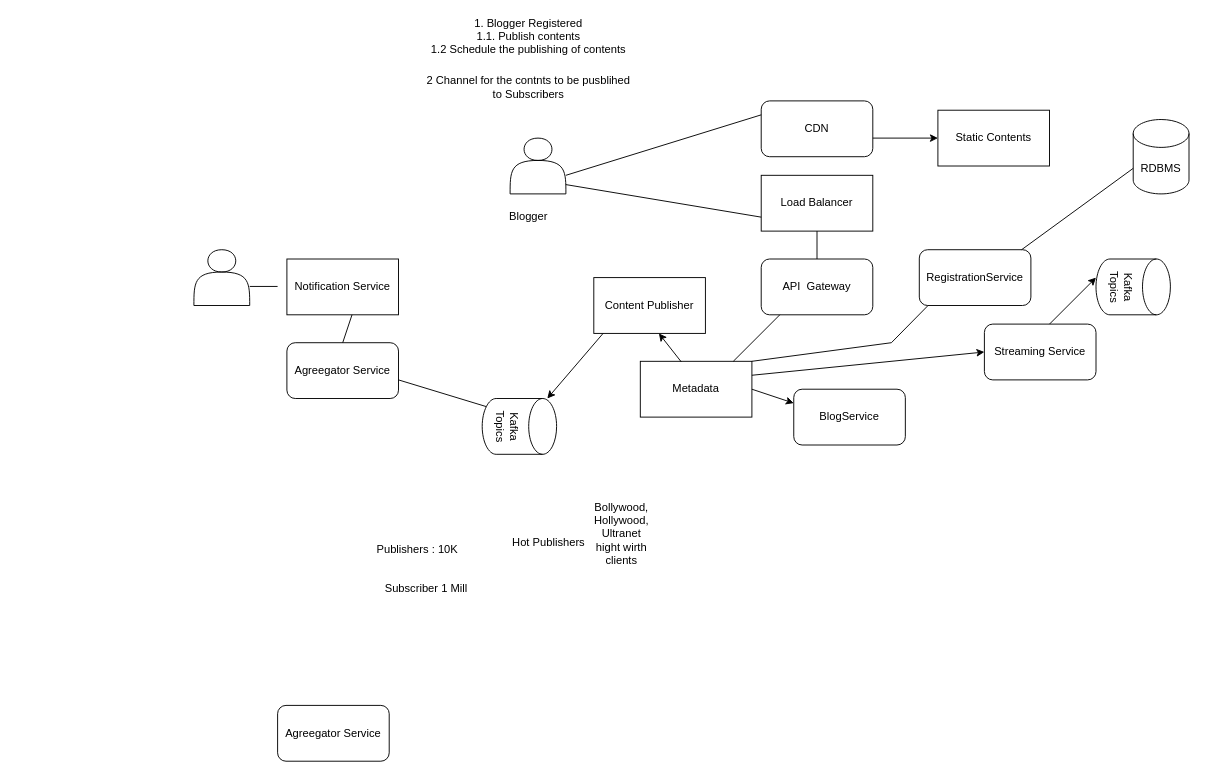
Earlier version of the draw.io diagram Untitled Diagram.drawio (PramodNegi/problem-solving-techniques). Source tidied: cells renumbered, new cells numbered last; positions are measured from the earlier drawing's top-left corner, leaving out a move shared by most shapes. Both pictures are drawn from the tidied source at 93%, with x=0, y=0 at pixel (193, 35).
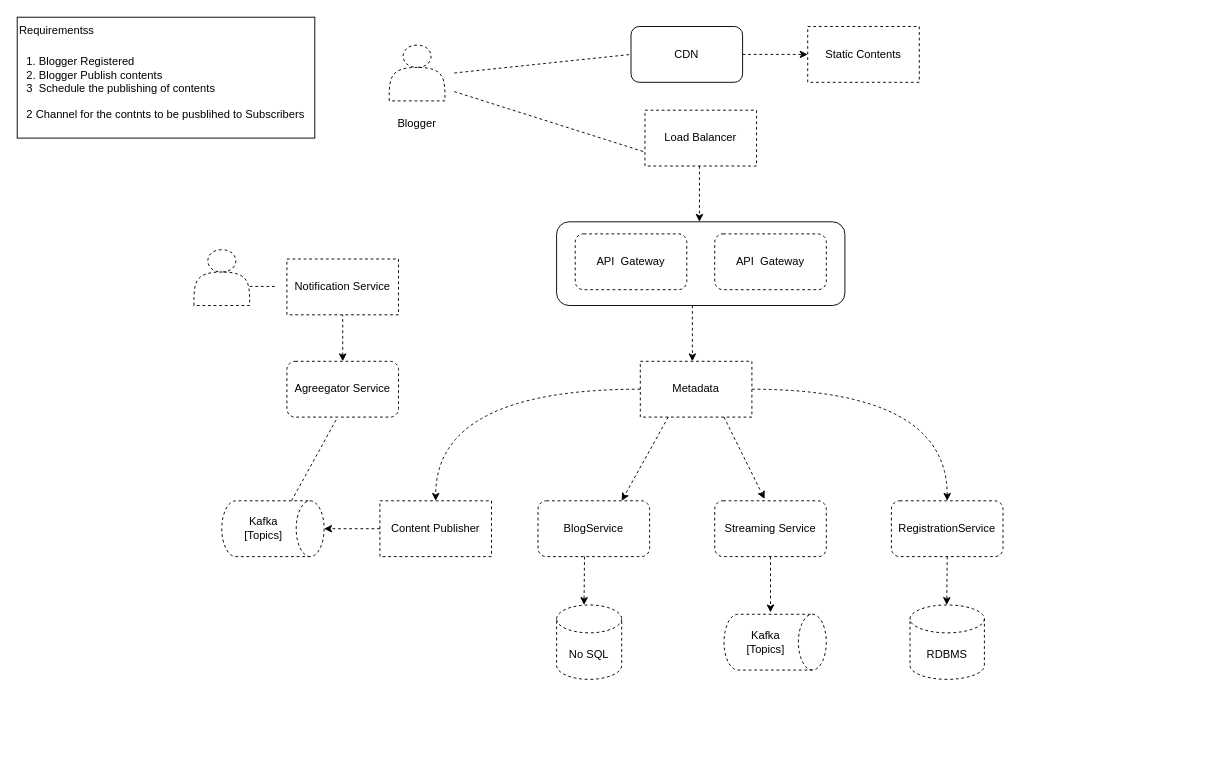
Above is the later version.

The edit, as a diff of the source:
```diff
@@
-    <mxCell id="2" value="1. Blogger Registered&lt;br&gt;1.1. Publish contents&lt;br&gt;1.2 Schedule the publishing of contents&lt;br&gt;&amp;nbsp;&lt;div&gt;&lt;br/&gt;&lt;/div&gt;" style="text;html=1;align=center;verticalAlign=middle;whiteSpace=wrap;rounded=0;" parent="1" vertex="1">
-      <mxGeometry x="220" width="280" height="30" as="geometry" />
-    </mxCell>
-    <mxCell id="3" value="2 Channel for the contnts to be pusblihed to Subscribers" style="text;html=1;align=center;verticalAlign=middle;whiteSpace=wrap;rounded=0;" parent="1" vertex="1">
-      <mxGeometry x="245" y="40" width="230" height="30" as="geometry" />
-    </mxCell>
-    <mxCell id="4" value="Load Balancer" style="rounded=0;whiteSpace=wrap;html=1;" parent="1" vertex="1">
-      <mxGeometry x="610" y="150" width="120" height="60" as="geometry" />
+    <mxCell id="4" value="Load Balancer" style="rounded=0;whiteSpace=wrap;html=1;dashed=1;comic=0;enumerate=0;shadow=0;" parent="1" vertex="1">
+      <mxGeometry x="485" y="80" width="120" height="60" as="geometry" />
     </mxCell>
     <mxCell id="5" value="CDN" style="rounded=1;whiteSpace=wrap;html=1;" parent="1" vertex="1">
-      <mxGeometry x="610" y="70" width="120" height="60" as="geometry" />
+      <mxGeometry x="470" y="-10" width="120" height="60" as="geometry" />
     </mxCell>
-    <mxCell id="6" style="shape=actor;whiteSpace=wrap;html=1;" parent="1" vertex="1">
-      <mxGeometry x="340" y="110" width="60" height="60" as="geometry" />
+    <mxCell id="6" style="shape=actor;whiteSpace=wrap;html=1;dashed=1;comic=0;enumerate=0;shadow=0;" parent="1" vertex="1">
+      <mxGeometry x="210" y="10" width="60" height="60" as="geometry" />
     </mxCell>
-    <mxCell id="7" value="Blogger" style="text;html=1;align=center;verticalAlign=middle;whiteSpace=wrap;rounded=0;" parent="1" vertex="1">
-      <mxGeometry x="330" y="180" width="60" height="30" as="geometry" />
+    <mxCell id="7" value="Blogger" style="text;html=1;align=center;verticalAlign=middle;whiteSpace=wrap;rounded=0;dashed=1;comic=0;enumerate=0;shadow=0;" parent="1" vertex="1">
+      <mxGeometry x="210" y="80" width="60" height="30" as="geometry" />
     </mxCell>
-    <mxCell id="8" style="endArrow=none;html=1;rounded=0;entryX=0;entryY=0.25;entryDx=0;entryDy=0;" parent="1" edge="1" target="5">
+    <mxCell id="8" style="endArrow=none;html=1;rounded=0;dashed=1;comic=0;enumerate=0;shadow=0;entryX=0;entryY=0.5;entryDx=0;entryDy=0;" parent="1" edge="1" target="5">
       <mxGeometry relative="1" as="geometry">
-        <mxPoint x="400" y="150" as="sourcePoint" />
+        <mxPoint x="280" y="40" as="sourcePoint" />
       </mxGeometry>
     </mxCell>
-    <mxCell id="9" style="endArrow=classic;html=1;rounded=0;" parent="1" edge="1">
+    <mxCell id="9" style="endArrow=classic;html=1;rounded=0;dashed=1;comic=0;enumerate=0;shadow=0;" parent="1" edge="1">
       <mxGeometry relative="1" as="geometry">
-        <mxPoint x="730" y="110" as="sourcePoint" />
-        <mxPoint x="800" y="110" as="targetPoint" />
+        <mxPoint x="590" y="20" as="sourcePoint" />
+        <mxPoint x="660" y="20" as="targetPoint" />
       </mxGeometry>
     </mxCell>
-    <mxCell id="10" value="Static Contents" style="rounded=0;whiteSpace=wrap;html=1;" parent="1" vertex="1">
-      <mxGeometry x="800" y="80" width="120" height="60" as="geometry" />
+    <mxCell id="10" value="Static Contents" style="rounded=0;whiteSpace=wrap;html=1;dashed=1;comic=0;enumerate=0;shadow=0;" parent="1" vertex="1">
+      <mxGeometry x="660" y="-10" width="120" height="60" as="geometry" />
     </mxCell>
-    <mxCell id="11" style="endArrow=none;html=1;rounded=0;entryX=0;entryY=0.75;entryDx=0;entryDy=0;" parent="1" edge="1" target="4">
+    <mxCell id="11" style="endArrow=none;html=1;rounded=0;entryX=0;entryY=0.75;entryDx=0;entryDy=0;dashed=1;comic=0;enumerate=0;shadow=0;" parent="1" edge="1" target="4">
       <mxGeometry relative="1" as="geometry">
-        <mxPoint x="400" y="160" as="sourcePoint" />
+        <mxPoint x="280" y="60" as="sourcePoint" />
       </mxGeometry>
     </mxCell>
-    <mxCell id="12" value="API&amp;nbsp; Gateway" style="rounded=1;whiteSpace=wrap;html=1;" parent="1" vertex="1">
-      <mxGeometry x="610" y="240" width="120" height="60" as="geometry" />
-    </mxCell>
-    <mxCell id="13" style="endArrow=none;html=1;rounded=0;exitX=0.5;exitY=0;exitDx=0;exitDy=0;" parent="1" edge="1" source="12">
-      <mxGeometry relative="1" as="geometry">
-        <mxPoint x="670" y="210" as="targetPoint" />
-      </mxGeometry>
-    </mxCell>
-    <mxCell id="14" value="Metadata" style="rounded=0;whiteSpace=wrap;html=1;" parent="1" vertex="1">
+    <mxCell id="14" value="Metadata" style="rounded=0;whiteSpace=wrap;html=1;dashed=1;comic=0;enumerate=0;shadow=0;" parent="1" vertex="1">
       <mxGeometry x="480" y="350" width="120" height="60" as="geometry" />
     </mxCell>
-    <mxCell id="15" style="endArrow=none;html=1;rounded=0;" parent="1" edge="1">
-      <mxGeometry relative="1" as="geometry">
-        <mxPoint x="580" y="350" as="sourcePoint" />
-        <mxPoint x="630" y="300" as="targetPoint" />
-      </mxGeometry>
-    </mxCell>
-    <mxCell id="16" value="Notification Service" style="rounded=0;whiteSpace=wrap;html=1;" parent="1" vertex="1">
+    <mxCell id="16" value="Notification Service" style="rounded=0;whiteSpace=wrap;html=1;dashed=1;comic=0;enumerate=0;shadow=0;" parent="1" vertex="1">
       <mxGeometry x="100" y="240" width="120" height="60" as="geometry" />
     </mxCell>
-    <mxCell id="17" style="shape=actor;whiteSpace=wrap;html=1;" parent="1" vertex="1">
+    <mxCell id="17" style="shape=actor;whiteSpace=wrap;html=1;dashed=1;comic=0;enumerate=0;shadow=0;" parent="1" vertex="1">
       <mxGeometry y="230" width="60" height="60" as="geometry" />
     </mxCell>
-    <mxCell id="18" style="endArrow=none;html=1;rounded=0;" parent="1" edge="1">
+    <mxCell id="18" style="endArrow=none;html=1;rounded=0;dashed=1;comic=0;enumerate=0;shadow=0;" parent="1" edge="1">
       <mxGeometry relative="1" as="geometry">
         <mxPoint x="60" y="269.5" as="sourcePoint" />
         <mxPoint x="90" y="269.5" as="targetPoint" />
       </mxGeometry>
     </mxCell>
-    <mxCell id="19" value="Kafka Topics" style="shape=cylinder3;whiteSpace=wrap;html=1;boundedLbl=1;backgroundOutline=1;size=15;rotation=90;" parent="1" vertex="1">
-      <mxGeometry x="320" y="380" width="60" height="80" as="geometry" />
-    </mxCell>
-    <mxCell id="20" value="Content Publisher" style="rounded=0;whiteSpace=wrap;html=1;" parent="1" vertex="1">
-      <mxGeometry x="430" y="260" width="120" height="60" as="geometry" />
+    <mxCell id="20" value="Content Publisher" style="rounded=0;whiteSpace=wrap;html=1;dashed=1;comic=0;enumerate=0;shadow=0;" parent="1" vertex="1">
+      <mxGeometry x="200" y="500" width="120" height="60" as="geometry" />
     </mxCell>
-    <mxCell id="21" style="endArrow=classic;html=1;rounded=0;" parent="1" edge="1">
-      <mxGeometry relative="1" as="geometry">
-        <mxPoint x="440" y="320" as="sourcePoint" />
-        <mxPoint x="380" y="390" as="targetPoint" />
-      </mxGeometry>
+    <mxCell id="21" style="endArrow=classic;html=1;rounded=0;dashed=1;comic=0;enumerate=0;shadow=0;entryX=0.5;entryY=0;entryDx=0;entryDy=0;entryPerimeter=0;exitX=0;exitY=0.5;exitDx=0;exitDy=0;" parent="1" edge="1" source="20" target="19">
+      <mxGeometry relative="1" as="geometry" />
     </mxCell>
-    <mxCell id="22" style="endArrow=classic;html=1;rounded=0;exitX=0.367;exitY=0.01;exitDx=0;exitDy=0;exitPerimeter=0;" parent="1" edge="1" source="14">
-      <mxGeometry relative="1" as="geometry">
-        <mxPoint x="500" y="320" as="targetPoint" />
-      </mxGeometry>
-    </mxCell>
-    <mxCell id="23" value="BlogService" style="rounded=1;whiteSpace=wrap;html=1;" parent="1" vertex="1">
-      <mxGeometry x="645" y="380" width="120" height="60" as="geometry" />
+    <mxCell id="23" value="BlogService" style="rounded=1;whiteSpace=wrap;html=1;dashed=1;comic=0;enumerate=0;shadow=0;" parent="1" vertex="1">
+      <mxGeometry x="370" y="500" width="120" height="60" as="geometry" />
     </mxCell>
-    <mxCell id="24" style="endArrow=classic;html=1;rounded=0;entryX=0;entryY=0.25;entryDx=0;entryDy=0;" parent="1" edge="1" target="23">
-      <mxGeometry relative="1" as="geometry">
-        <mxPoint x="600" y="380" as="sourcePoint" />
-      </mxGeometry>
+    <mxCell id="24" style="endArrow=classic;html=1;rounded=0;dashed=1;comic=0;enumerate=0;shadow=0;exitX=0.25;exitY=1;exitDx=0;exitDy=0;entryX=0.75;entryY=0;entryDx=0;entryDy=0;" parent="1" edge="1" source="14" target="23">
+      <mxGeometry relative="1" as="geometry" />
     </mxCell>
-    <mxCell id="25" value="Streaming Service" style="rounded=1;whiteSpace=wrap;html=1;" parent="1" vertex="1">
-      <mxGeometry x="850" y="310" width="120" height="60" as="geometry" />
+    <mxCell id="25" value="Streaming Service" style="rounded=1;whiteSpace=wrap;html=1;dashed=1;comic=0;enumerate=0;shadow=0;" parent="1" vertex="1">
+      <mxGeometry x="560" y="500" width="120" height="60" as="geometry" />
     </mxCell>
-    <mxCell id="26" value="Kafka Topics" style="shape=cylinder3;whiteSpace=wrap;html=1;boundedLbl=1;backgroundOutline=1;size=15;rotation=90;" parent="1" vertex="1">
-      <mxGeometry x="980" y="230" width="60" height="80" as="geometry" />
-    </mxCell>
-    <mxCell id="27" style="endArrow=classic;html=1;rounded=0;" parent="1" edge="1">
+    <mxCell id="27" style="endArrow=classic;html=1;rounded=0;dashed=1;comic=0;enumerate=0;shadow=0;exitX=0.5;exitY=1;exitDx=0;exitDy=0;" parent="1" edge="1" source="25">
       <mxGeometry relative="1" as="geometry">
-        <mxPoint x="920" y="310" as="sourcePoint" />
-        <mxPoint x="970" y="260" as="targetPoint" />
+        <mxPoint x="620" y="620" as="targetPoint" />
       </mxGeometry>
     </mxCell>
-    <mxCell id="28" style="endArrow=classic;html=1;rounded=0;exitX=1;exitY=0.25;exitDx=0;exitDy=0;entryX=0;entryY=0.5;entryDx=0;entryDy=0;" parent="1" edge="1" source="14" target="25">
+    <mxCell id="28" style="endArrow=classic;html=1;rounded=0;exitX=0.75;exitY=1;exitDx=0;exitDy=0;dashed=1;comic=0;enumerate=0;shadow=0;entryX=0.447;entryY=-0.033;entryDx=0;entryDy=0;entryPerimeter=0;" parent="1" edge="1" source="14" target="25">
       <mxGeometry relative="1" as="geometry" />
     </mxCell>
-    <mxCell id="29" value="RDBMS" style="shape=cylinder3;whiteSpace=wrap;html=1;boundedLbl=1;backgroundOutline=1;size=15;" parent="1" vertex="1">
-      <mxGeometry x="1010" y="90" width="60" height="80" as="geometry" />
+    <mxCell id="29" value="RDBMS" style="shape=cylinder3;whiteSpace=wrap;html=1;boundedLbl=1;backgroundOutline=1;size=15;dashed=1;comic=0;enumerate=0;shadow=0;" parent="1" vertex="1">
+      <mxGeometry x="770" y="612" width="80" height="80" as="geometry" />
     </mxCell>
-    <mxCell id="30" value="RegistrationService" style="rounded=1;whiteSpace=wrap;html=1;" parent="1" vertex="1">
-      <mxGeometry x="780" y="230" width="120" height="60" as="geometry" />
+    <mxCell id="30" value="RegistrationService" style="rounded=1;whiteSpace=wrap;html=1;dashed=1;comic=0;enumerate=0;shadow=0;" parent="1" vertex="1">
+      <mxGeometry x="750" y="500" width="120" height="60" as="geometry" />
     </mxCell>
-    <mxCell id="31" style="endArrow=none;html=1;rounded=0;exitX=1;exitY=0;exitDx=0;exitDy=0;entryX=0.08;entryY=0.997;entryDx=0;entryDy=0;entryPerimeter=0;" parent="1" edge="1" source="14" target="30">
+    <mxCell id="31" style="endArrow=classic;html=1;rounded=0;exitX=1;exitY=0;exitDx=0;exitDy=0;entryX=0.5;entryY=0;entryDx=0;entryDy=0;endFill=1;dashed=1;comic=0;enumerate=0;shadow=0;flowAnimation=0;snapToPoint=0;edgeStyle=orthogonalEdgeStyle;curved=1;" parent="1" edge="1" target="30">
       <mxGeometry relative="1" as="geometry">
-        <Array as="points">
-          <mxPoint x="750" y="330" />
-        </Array>
+        <mxPoint x="600" y="380" as="sourcePoint" />
       </mxGeometry>
     </mxCell>
-    <mxCell id="32" style="endArrow=none;html=1;rounded=0;entryX=0;entryY=0;entryDx=0;entryDy=52.5;entryPerimeter=0;" parent="1" edge="1" target="29">
-      <mxGeometry relative="1" as="geometry">
-        <mxPoint x="890" y="230" as="sourcePoint" />
-      </mxGeometry>
-    </mxCell>
-    <mxCell id="33" value="Publishers : 10K" style="text;html=1;align=center;verticalAlign=middle;strokeColor=none;fillColor=none;" parent="1" vertex="1">
-      <mxGeometry x="185" y="538" width="110" height="30" as="geometry" />
-    </mxCell>
-    <mxCell id="34" value="Subscriber 1 Mill" style="text;html=1;align=center;verticalAlign=middle;whiteSpace=wrap;rounded=0;" parent="1" vertex="1">
-      <mxGeometry x="190" y="580" width="120" height="30" as="geometry" />
-    </mxCell>
-    <mxCell id="35" value="&amp;nbsp;Hot Publishers" style="text;html=1;align=center;verticalAlign=middle;whiteSpace=wrap;rounded=0;" parent="1" vertex="1">
-      <mxGeometry x="320" y="530" width="120" height="30" as="geometry" />
-    </mxCell>
-    <mxCell id="36" value="Bollywood, Hollywood, Ultranet hight wirth clients" style="text;html=1;align=center;verticalAlign=middle;whiteSpace=wrap;rounded=0;" parent="1" vertex="1">
-      <mxGeometry x="430" y="520" width="60" height="30" as="geometry" />
-    </mxCell>
-    <mxCell id="37" value="Agreegator Service" style="rounded=1;whiteSpace=wrap;html=1;" parent="1" vertex="1">
-      <mxGeometry x="100" y="330" width="120" height="60" as="geometry" />
+    <mxCell id="37" value="Agreegator Service" style="rounded=1;whiteSpace=wrap;html=1;dashed=1;comic=0;enumerate=0;shadow=0;" parent="1" vertex="1">
+      <mxGeometry x="100" y="350" width="120" height="60" as="geometry" />
     </mxCell>
-    <mxCell id="38" style="endArrow=none;html=1;rounded=0;entryX=0.145;entryY=1;entryDx=0;entryDy=-4.35;entryPerimeter=0;" parent="1" edge="1" target="19">
-      <mxGeometry relative="1" as="geometry">
-        <mxPoint x="220" y="370" as="sourcePoint" />
-      </mxGeometry>
+    <mxCell id="38" style="endArrow=none;html=1;rounded=0;entryX=0;entryY=0;entryDx=0;entryDy=35;entryPerimeter=0;dashed=1;comic=0;enumerate=0;shadow=0;exitX=0.44;exitY=1.053;exitDx=0;exitDy=0;exitPerimeter=0;" parent="1" edge="1" source="37" target="19">
+      <mxGeometry relative="1" as="geometry" />
     </mxCell>
-    <mxCell id="39" style="endArrow=none;html=1;rounded=0;exitX=0.5;exitY=0;exitDx=0;exitDy=0;" parent="1" edge="1" source="37">
-      <mxGeometry relative="1" as="geometry">
-        <mxPoint x="170" y="300" as="targetPoint" />
-      </mxGeometry>
+    <mxCell id="39" style="endArrow=none;html=1;rounded=0;exitX=0.5;exitY=0;exitDx=0;exitDy=0;entryX=0.5;entryY=1;entryDx=0;entryDy=0;endFill=0;startArrow=classic;startFill=1;dashed=1;comic=0;enumerate=0;shadow=0;" parent="1" edge="1" source="37" target="16">
+      <mxGeometry relative="1" as="geometry" />
     </mxCell>
-    <mxCell id="40" value="Agreegator Service" style="rounded=1;whiteSpace=wrap;html=1;" parent="1" vertex="1">
-      <mxGeometry x="90" y="720" width="120" height="60" as="geometry" />
-    </mxCell>
+    <mxCell id="41" style="group;" parent="1" vertex="1">
+      <mxGeometry x="-190" y="-20" width="330" height="130" as="geometry" />
+    </mxCell>
+    <mxCell id="42" style="rounded=0;whiteSpace=wrap;html=1;" parent="41" vertex="1">
+      <mxGeometry width="320" height="130" as="geometry" />
+    </mxCell>
+    <mxCell id="2" value="&lt;br&gt;&lt;span style=&quot;background-color: initial;&quot;&gt;&amp;nbsp;1. Blogger Registered&lt;/span&gt;&lt;br&gt;&lt;span style=&quot;background-color: initial;&quot;&gt;&amp;nbsp;2. Blogger Publish contents&lt;/span&gt;&lt;br&gt;&lt;span style=&quot;background-color: initial;&quot;&gt;&amp;nbsp;3&amp;nbsp; Schedule the publishing of contents&lt;/span&gt;" style="text;html=1;align=left;verticalAlign=middle;whiteSpace=wrap;rounded=0;" parent="41" vertex="1">
+      <mxGeometry x="4.6" y="30" width="273.2" height="50" as="geometry" />
+    </mxCell>
+    <mxCell id="3" value="&amp;nbsp;2 Channel for the contnts to be pusblihed to Subscribers" style="text;html=1;align=left;verticalAlign=middle;whiteSpace=wrap;rounded=0;" parent="41" vertex="1">
+      <mxGeometry x="4.7" y="90" width="305.4" height="30" as="geometry" />
+    </mxCell>
+    <mxCell id="43" value="&amp;nbsp;Requirementss" style="text;html=1;align=center;verticalAlign=middle;whiteSpace=wrap;rounded=0;" parent="41" vertex="1">
+      <mxGeometry x="13" width="55.8" height="30" as="geometry" />
+    </mxCell>
+    <mxCell id="44" style="group;dashed=1;comic=0;enumerate=0;shadow=0;" parent="1" vertex="1">
+      <mxGeometry x="30" y="500" width="110" height="60" as="geometry" />
+    </mxCell>
+    <mxCell id="19" style="shape=cylinder3;whiteSpace=wrap;html=1;boundedLbl=1;backgroundOutline=1;size=15;rotation=90;dashed=1;comic=0;enumerate=0;shadow=0;" parent="44" vertex="1">
+      <mxGeometry x="25" y="-25" width="60" height="110" as="geometry" />
+    </mxCell>
+    <mxCell id="45" value="Kafka [Topics]" style="text;html=1;align=center;verticalAlign=middle;whiteSpace=wrap;rounded=0;dashed=1;comic=0;enumerate=0;shadow=0;" parent="44" vertex="1">
+      <mxGeometry x="15" y="15" width="60" height="30" as="geometry" />
+    </mxCell>
+    <mxCell id="46" style="group;dashed=1;comic=0;enumerate=0;shadow=0;" parent="1" vertex="1">
+      <mxGeometry x="570" y="622" width="110" height="60" as="geometry" />
+    </mxCell>
+    <mxCell id="47" style="shape=cylinder3;whiteSpace=wrap;html=1;boundedLbl=1;backgroundOutline=1;size=15;rotation=90;dashed=1;comic=0;enumerate=0;shadow=0;" parent="46" vertex="1">
+      <mxGeometry x="25" y="-25" width="60" height="110" as="geometry" />
+    </mxCell>
+    <mxCell id="48" value="Kafka [Topics]" style="text;html=1;align=center;verticalAlign=middle;whiteSpace=wrap;rounded=0;dashed=1;comic=0;enumerate=0;shadow=0;" parent="46" vertex="1">
+      <mxGeometry x="15" y="15" width="60" height="30" as="geometry" />
+    </mxCell>
+    <mxCell id="49" value="No SQL" style="shape=cylinder3;whiteSpace=wrap;html=1;boundedLbl=1;backgroundOutline=1;size=15;dashed=1;comic=0;enumerate=0;shadow=0;" parent="1" vertex="1">
+      <mxGeometry x="390" y="612" width="70" height="80" as="geometry" />
+    </mxCell>
+    <mxCell id="50" style="endArrow=classic;html=1;rounded=0;dashed=1;comic=0;enumerate=0;shadow=0;" parent="1" edge="1">
+      <mxGeometry relative="1" as="geometry">
+        <mxPoint x="420" y="560" as="sourcePoint" />
+        <mxPoint x="419.5" y="612" as="targetPoint" />
+      </mxGeometry>
+    </mxCell>
+    <mxCell id="51" style="endArrow=classic;html=1;rounded=0;dashed=1;comic=0;enumerate=0;shadow=0;" parent="1" edge="1">
+      <mxGeometry relative="1" as="geometry">
+        <mxPoint x="810" y="560" as="sourcePoint" />
+        <mxPoint x="809.5" y="612" as="targetPoint" />
+      </mxGeometry>
+    </mxCell>
+    <mxCell id="52" style="endArrow=classic;html=1;rounded=0;exitX=0;exitY=0.5;exitDx=0;exitDy=0;endFill=1;dashed=1;comic=0;enumerate=0;shadow=0;flowAnimation=0;snapToPoint=0;edgeStyle=orthogonalEdgeStyle;curved=1;" parent="1" edge="1" source="14" target="20">
+      <mxGeometry relative="1" as="geometry" />
+    </mxCell>
+    <mxCell id="53" style="group;" parent="1" vertex="1">
+      <mxGeometry x="390" y="200" width="310" height="90" as="geometry" />
+    </mxCell>
+    <mxCell id="54" style="rounded=1;whiteSpace=wrap;html=1;" parent="53" vertex="1">
+      <mxGeometry width="310" height="90" as="geometry" />
+    </mxCell>
+    <mxCell id="12" value="API&amp;nbsp; Gateway" style="rounded=1;whiteSpace=wrap;html=1;dashed=1;comic=0;enumerate=0;shadow=0;" parent="53" vertex="1">
+      <mxGeometry x="170" y="13" width="120" height="60" as="geometry" />
+    </mxCell>
+    <mxCell id="55" value="API&amp;nbsp; Gateway" style="rounded=1;whiteSpace=wrap;html=1;dashed=1;comic=0;enumerate=0;shadow=0;" parent="53" vertex="1">
+      <mxGeometry x="20" y="13" width="120" height="60" as="geometry" />
+    </mxCell>
+    <mxCell id="56" style="endArrow=classic;html=1;rounded=0;curved=0;dashed=1;" parent="1" edge="1">
+      <mxGeometry relative="1" as="geometry">
+        <mxPoint x="536" y="290" as="sourcePoint" />
+        <mxPoint x="536" y="350" as="targetPoint" />
+      </mxGeometry>
+    </mxCell>
+    <mxCell id="57" style="endArrow=classic;html=1;rounded=0;curved=0;dashed=1;" parent="1" edge="1">
+      <mxGeometry relative="1" as="geometry">
+        <mxPoint x="543.6" y="140" as="sourcePoint" />
+        <mxPoint x="543.6" y="200" as="targetPoint" />
+      </mxGeometry>
+    </mxCell>
```
